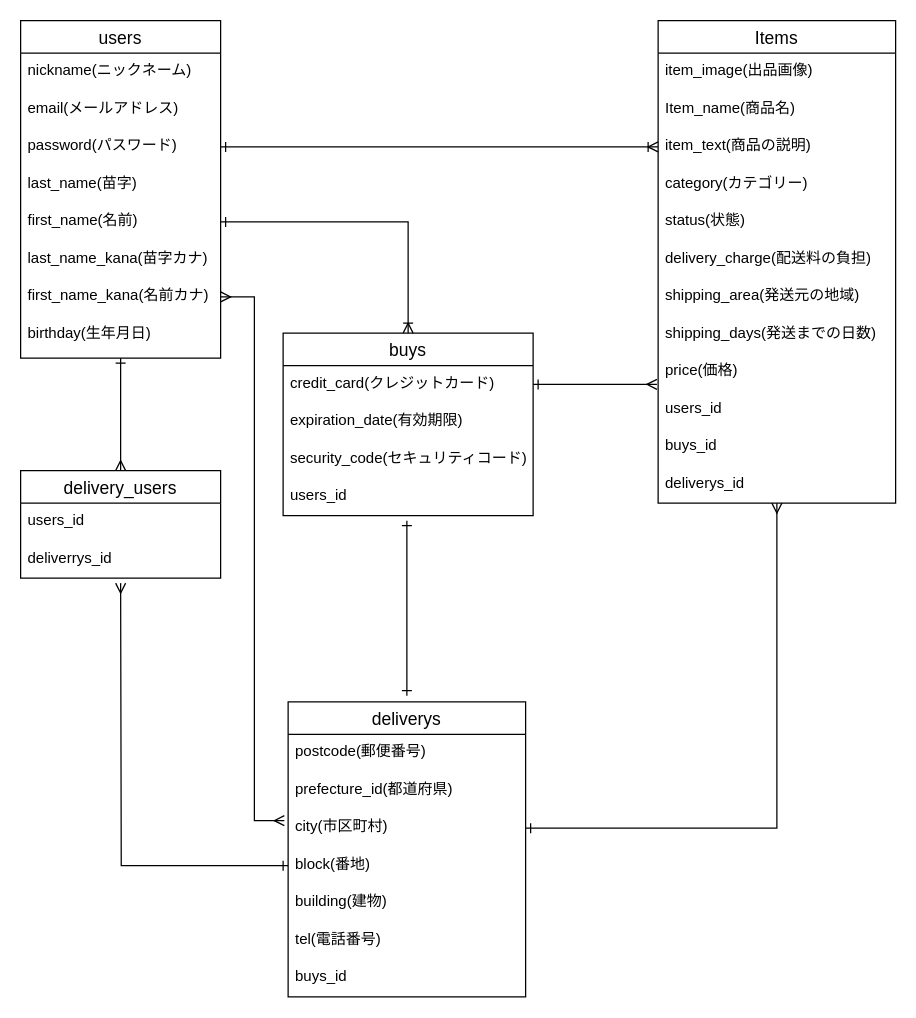
Above: er.dio in hiroaki-inori/furima-35425 (draw.io), before the change. Source tidied: cells renumbered, new cells numbered last; positions are measured from the earlier drawing's top-left corner, leaving out a move shared by most shapes. Both pictures are drawn from the tidied source at 125%, with x=0, y=0 at pixel (20, 20).
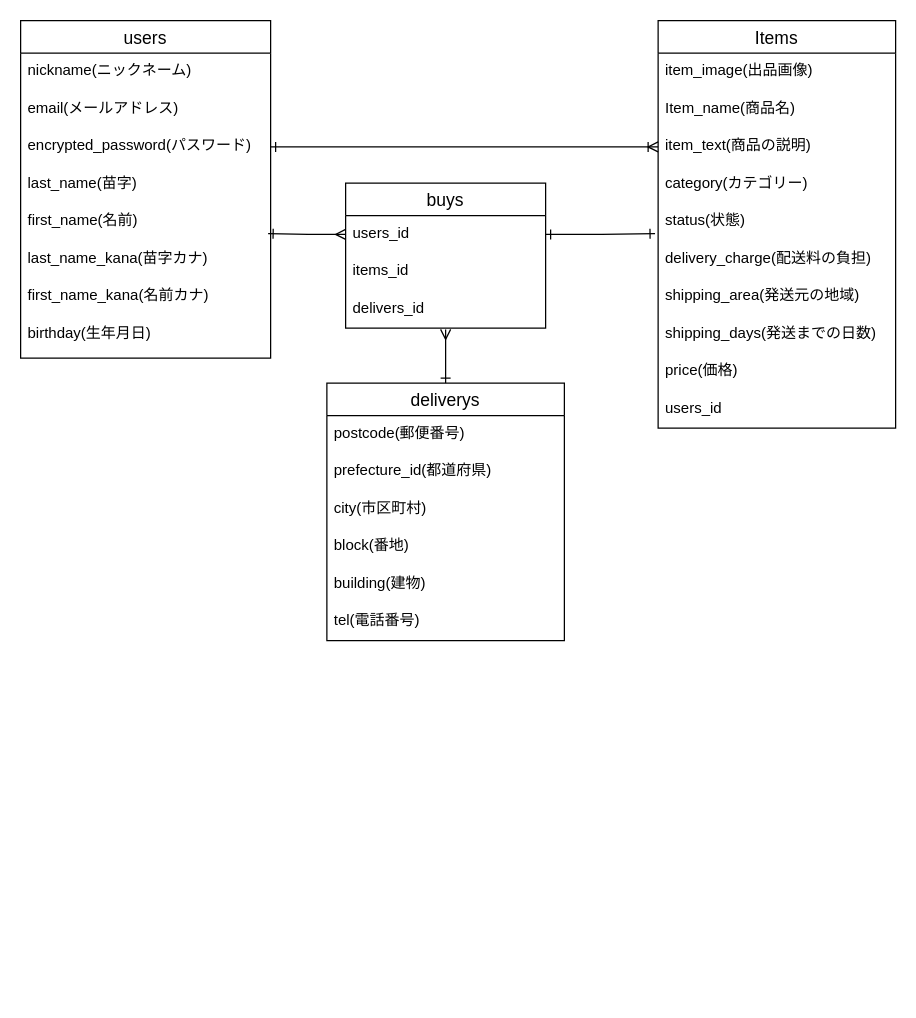
The same page after the edit.

Commit message (it also covers changes not shown here):
README、ER図設計の修正

The change refers to these unchanged cells:
```xml
<mxCell id="15" value="item_text(商品の説明)" style="text;strokeColor=none;fillColor=none;spacingLeft=4;spacingRight=4;overflow=hidden;points=[[0,0.5],[1,0.5]];portConstraint=eastwest;fontSize=12;" parent="12" vertex="1">
  <mxGeometry y="86" width="190" height="30" as="geometry" />
</mxCell>
<mxCell id="17" value="status(状態)" style="text;strokeColor=none;fillColor=none;spacingLeft=4;spacingRight=4;overflow=hidden;points=[[0,0.5],[1,0.5]];portConstraint=eastwest;fontSize=12;" parent="12" vertex="1">
  <mxGeometry y="146" width="190" height="30" as="geometry" />
</mxCell>
<mxCell id="21" value="price(価格)" style="text;strokeColor=none;fillColor=none;spacingLeft=4;spacingRight=4;overflow=hidden;points=[[0,0.5],[1,0.5]];portConstraint=eastwest;fontSize=12;" parent="12" vertex="1">
  <mxGeometry y="266" width="190" height="30" as="geometry" />
</mxCell>
<mxCell id="33" value="city(市区町村)" style="text;strokeColor=none;fillColor=none;spacingLeft=4;spacingRight=4;overflow=hidden;points=[[0,0.5],[1,0.5]];portConstraint=eastwest;fontSize=12;" parent="30" vertex="1">
  <mxGeometry y="86" width="190" height="30" as="geometry" />
</mxCell>
<mxCell id="34" value="block(番地)" style="text;strokeColor=none;fillColor=none;spacingLeft=4;spacingRight=4;overflow=hidden;points=[[0,0.5],[1,0.5]];portConstraint=eastwest;fontSize=12;" parent="30" vertex="1">
  <mxGeometry y="116" width="190" height="30" as="geometry" />
</mxCell>
```

Change to the diagram source:
```diff
@@
     <mxCell id="2" value="users" style="swimlane;fontStyle=0;horizontal=1;startSize=26;align=center;fontSize=14;" parent="1" vertex="1">
-      <mxGeometry width="160" height="270" as="geometry" />
+      <mxGeometry width="200" height="270" as="geometry" />
     </mxCell>
     <mxCell id="3" value="nickname(ニックネーム)" style="text;strokeColor=none;fillColor=none;spacingLeft=4;spacingRight=4;overflow=hidden;fontSize=12;" parent="2" vertex="1">
-      <mxGeometry y="26" width="160" height="30" as="geometry" />
+      <mxGeometry y="26" width="200" height="30" as="geometry" />
     </mxCell>
     <mxCell id="4" value="email(メールアドレス)" style="text;strokeColor=none;fillColor=none;spacingLeft=4;spacingRight=4;overflow=hidden;fontSize=12;" parent="2" vertex="1">
-      <mxGeometry y="56" width="160" height="30" as="geometry" />
+      <mxGeometry y="56" width="200" height="30" as="geometry" />
     </mxCell>
-    <mxCell id="5" value="password(パスワード)" style="text;strokeColor=none;fillColor=none;spacingLeft=4;spacingRight=4;overflow=hidden;points=[[0,0.5],[1,0.5]];portConstraint=eastwest;fontSize=12;" parent="2" vertex="1">
-      <mxGeometry y="86" width="160" height="30" as="geometry" />
+    <mxCell id="5" value="encrypted_password(パスワード)" style="text;strokeColor=none;fillColor=none;spacingLeft=4;spacingRight=4;overflow=hidden;points=[[0,0.5],[1,0.5]];portConstraint=eastwest;fontSize=12;" parent="2" vertex="1">
+      <mxGeometry y="86" width="200" height="30" as="geometry" />
     </mxCell>
     <mxCell id="6" value="last_name(苗字)" style="text;strokeColor=none;fillColor=none;spacingLeft=4;spacingRight=4;overflow=hidden;fontSize=12;" parent="2" vertex="1">
-      <mxGeometry y="116" width="160" height="30" as="geometry" />
+      <mxGeometry y="116" width="200" height="30" as="geometry" />
     </mxCell>
     <mxCell id="7" value="first_name(名前)" style="text;strokeColor=none;fillColor=none;spacingLeft=4;spacingRight=4;overflow=hidden;points=[[0,0.5],[1,0.5]];portConstraint=eastwest;fontSize=12;" parent="2" vertex="1">
-      <mxGeometry y="146" width="160" height="30" as="geometry" />
+      <mxGeometry y="146" width="200" height="30" as="geometry" />
     </mxCell>
     <mxCell id="8" value="last_name_kana(苗字カナ)" style="text;strokeColor=none;fillColor=none;spacingLeft=4;spacingRight=4;overflow=hidden;points=[[0,0.5],[1,0.5]];portConstraint=eastwest;fontSize=12;" parent="2" vertex="1">
-      <mxGeometry y="176" width="160" height="30" as="geometry" />
+      <mxGeometry y="176" width="200" height="30" as="geometry" />
     </mxCell>
     <mxCell id="9" value="first_name_kana(名前カナ)" style="text;strokeColor=none;fillColor=none;spacingLeft=4;spacingRight=4;overflow=hidden;points=[[0,0.5],[1,0.5]];portConstraint=eastwest;fontSize=12;" parent="2" vertex="1">
-      <mxGeometry y="206" width="160" height="30" as="geometry" />
+      <mxGeometry y="206" width="200" height="30" as="geometry" />
     </mxCell>
     <mxCell id="10" value="birthday(生年月日)" style="text;strokeColor=none;fillColor=none;spacingLeft=4;spacingRight=4;overflow=hidden;points=[[0,0.5],[1,0.5]];portConstraint=eastwest;fontSize=12;" parent="2" vertex="1">
-      <mxGeometry y="236" width="160" height="34" as="geometry" />
+      <mxGeometry y="236" width="200" height="34" as="geometry" />
     </mxCell>
-    <mxCell id="11" style="edgeStyle=orthogonalEdgeStyle;rounded=0;jettySize=auto;html=1;endArrow=ERone;endFill=0;entryX=1;entryY=0.5;entryDx=0;entryDy=0;startArrow=ERmany;startFill=0;" parent="1" edge="1" source="12" target="33">
-      <mxGeometry relative="1" as="geometry">
-        <Array as="points">
-          <mxPoint x="605" y="646" />
-        </Array>
-      </mxGeometry>
-    </mxCell>
     <mxCell id="12" value="Items" style="swimlane;fontStyle=0;horizontal=1;startSize=26;align=center;fontSize=14;" parent="1" vertex="1">
-      <mxGeometry x="510" width="190" height="386" as="geometry" />
+      <mxGeometry x="510" width="190" height="326" as="geometry" />
     </mxCell>
@@
-    <mxCell id="23" value="buys_id" style="text;strokeColor=none;fillColor=none;spacingLeft=4;spacingRight=4;overflow=hidden;fontSize=12;" parent="12" vertex="1">
-      <mxGeometry y="326" width="190" height="30" as="geometry" />
-    </mxCell>
-    <mxCell id="24" value="deliverys_id" style="text;strokeColor=none;fillColor=none;spacingLeft=4;spacingRight=4;overflow=hidden;fontSize=12;" parent="12" vertex="1">
-      <mxGeometry y="356" width="190" height="30" as="geometry" />
-    </mxCell>
-    <mxCell id="25" value="buys" style="swimlane;fontStyle=0;horizontal=1;startSize=26;align=center;fontSize=14;" parent="1" vertex="1">
-      <mxGeometry x="210" y="250" width="200" height="146" as="geometry" />
-    </mxCell>
-    <mxCell id="26" value="credit_card(クレジットカード)" style="text;strokeColor=none;fillColor=none;spacingLeft=4;spacingRight=4;overflow=hidden;points=[[0,0.5],[1,0.5]];portConstraint=eastwest;fontSize=12;" parent="25" vertex="1">
-      <mxGeometry y="26" width="200" height="30" as="geometry" />
-    </mxCell>
-    <mxCell id="27" value="expiration_date(有効期限)" style="text;strokeColor=none;fillColor=none;spacingLeft=4;spacingRight=4;overflow=hidden;fontSize=12;" parent="25" vertex="1">
-      <mxGeometry y="56" width="200" height="30" as="geometry" />
-    </mxCell>
-    <mxCell id="28" value="security_code(セキュリティコード)" style="text;strokeColor=none;fillColor=none;spacingLeft=4;spacingRight=4;overflow=hidden;fontSize=12;" parent="25" vertex="1">
-      <mxGeometry y="86" width="200" height="30" as="geometry" />
-    </mxCell>
-    <mxCell id="29" value="users_id" style="text;strokeColor=none;fillColor=none;spacingLeft=4;spacingRight=4;overflow=hidden;fontSize=12;" parent="25" vertex="1">
-      <mxGeometry y="116" width="200" height="30" as="geometry" />
-    </mxCell>
+    <mxCell id="48" style="edgeStyle=orthogonalEdgeStyle;rounded=0;jettySize=auto;html=1;exitX=0.5;exitY=0;exitDx=0;exitDy=0;startArrow=ERone;startFill=0;endArrow=ERmany;endFill=0;" parent="1" edge="1" source="30">
+      <mxGeometry relative="1" as="geometry">
+        <mxPoint x="340" y="247" as="targetPoint" />
+      </mxGeometry>
+    </mxCell>
     <mxCell id="30" value="deliverys" style="swimlane;fontStyle=0;horizontal=1;startSize=26;align=center;fontSize=14;" parent="1" vertex="1">
-      <mxGeometry x="214" y="545" width="190" height="236" as="geometry" />
+      <mxGeometry x="245" y="290" width="190" height="206" as="geometry" />
     </mxCell>
@@
-    <mxCell id="37" value="buys_id" style="text;strokeColor=none;fillColor=none;spacingLeft=4;spacingRight=4;overflow=hidden;fontSize=12;" parent="30" vertex="1">
-      <mxGeometry y="206" width="190" height="30" as="geometry" />
-    </mxCell>
-    <mxCell id="38" style="edgeStyle=orthogonalEdgeStyle;rounded=0;orthogonalLoop=1;jettySize=auto;html=1;startArrow=ERone;startFill=0;endArrow=ERone;endFill=0;" parent="1" edge="1">
-      <mxGeometry relative="1" as="geometry">
-        <mxPoint x="309" y="540" as="sourcePoint" />
-        <mxPoint x="309" y="400" as="targetPoint" />
-      </mxGeometry>
-    </mxCell>
-    <mxCell id="39" style="edgeStyle=orthogonalEdgeStyle;rounded=0;jettySize=auto;html=1;exitX=0.5;exitY=0;exitDx=0;exitDy=0;entryX=0.5;entryY=1;entryDx=0;entryDy=0;entryPerimeter=0;startArrow=ERmany;startFill=0;endArrow=ERone;endFill=0;" parent="1" edge="1" source="40" target="10">
-      <mxGeometry relative="1" as="geometry" />
-    </mxCell>
-    <mxCell id="40" value="delivery_users" style="swimlane;fontStyle=0;horizontal=1;startSize=26;align=center;fontSize=14;" parent="1" vertex="1">
-      <mxGeometry y="360" width="160" height="86" as="geometry" />
-    </mxCell>
+    <mxCell id="43" style="edgeStyle=orthogonalEdgeStyle;rounded=0;jettySize=auto;html=1;exitX=1;exitY=0.5;exitDx=0;exitDy=0;startArrow=ERone;startFill=0;endArrow=ERoneToMany;endFill=0;entryX=0;entryY=0.5;entryDx=0;entryDy=0;" parent="1" edge="1" source="5" target="15">
+      <mxGeometry relative="1" as="geometry" />
+    </mxCell>
+    <mxCell id="25" value="buys" style="swimlane;fontStyle=0;horizontal=1;startSize=26;align=center;fontSize=14;" parent="1" vertex="1">
+      <mxGeometry x="260" y="130" width="160" height="116" as="geometry" />
+    </mxCell>
-    <mxCell id="41" value="users_id" style="text;strokeColor=none;fillColor=none;spacingLeft=4;spacingRight=4;overflow=hidden;points=[[0,0.5],[1,0.5]];portConstraint=eastwest;fontSize=12;" parent="40" vertex="1">
+    <mxCell id="41" value="users_id" style="text;strokeColor=none;fillColor=none;spacingLeft=4;spacingRight=4;overflow=hidden;points=[[0,0.5],[1,0.5]];portConstraint=eastwest;fontSize=12;" parent="25" vertex="1">
       <mxGeometry y="26" width="160" height="30" as="geometry" />
     </mxCell>
-    <mxCell id="42" value="deliverrys_id" style="text;strokeColor=none;fillColor=none;spacingLeft=4;spacingRight=4;overflow=hidden;fontSize=12;" parent="40" vertex="1">
-      <mxGeometry y="56" width="160" height="30" as="geometry" />
-    </mxCell>
-    <mxCell id="43" style="edgeStyle=orthogonalEdgeStyle;rounded=0;jettySize=auto;html=1;exitX=1;exitY=0.5;exitDx=0;exitDy=0;startArrow=ERone;startFill=0;endArrow=ERoneToMany;endFill=0;entryX=0;entryY=0.5;entryDx=0;entryDy=0;" parent="1" edge="1" source="5" target="15">
-      <mxGeometry relative="1" as="geometry" />
-    </mxCell>
-    <mxCell id="44" style="edgeStyle=orthogonalEdgeStyle;rounded=0;jettySize=auto;html=1;exitX=1;exitY=0.5;exitDx=0;exitDy=0;entryX=0.5;entryY=0;entryDx=0;entryDy=0;startArrow=ERone;startFill=0;endArrow=ERoneToMany;endFill=0;" parent="1" edge="1" source="7" target="25">
-      <mxGeometry relative="1" as="geometry" />
-    </mxCell>
-    <mxCell id="45" style="edgeStyle=orthogonalEdgeStyle;rounded=0;jettySize=auto;html=1;exitX=1;exitY=0.5;exitDx=0;exitDy=0;startArrow=ERmany;startFill=0;endArrow=ERmany;endFill=0;entryX=-0.016;entryY=0.3;entryDx=0;entryDy=0;entryPerimeter=0;" parent="1" edge="1" source="9" target="33">
-      <mxGeometry relative="1" as="geometry" />
-    </mxCell>
-    <mxCell id="46" style="edgeStyle=orthogonalEdgeStyle;rounded=0;jettySize=auto;html=1;exitX=1;exitY=0.5;exitDx=0;exitDy=0;startArrow=ERone;startFill=0;endArrow=ERmany;endFill=0;entryX=-0.005;entryY=0.833;entryDx=0;entryDy=0;entryPerimeter=0;" parent="1" edge="1" source="26" target="21">
-      <mxGeometry relative="1" as="geometry" />
-    </mxCell>
-    <mxCell id="47" style="edgeStyle=orthogonalEdgeStyle;rounded=0;jettySize=auto;html=1;startArrow=ERone;startFill=0;endArrow=ERmany;endFill=0;" parent="1" edge="1" source="34">
-      <mxGeometry relative="1" as="geometry">
-        <mxPoint x="80" y="450" as="targetPoint" />
-      </mxGeometry>
-    </mxCell>
+    <mxCell id="49" value="items_id" style="text;strokeColor=none;fillColor=none;spacingLeft=4;spacingRight=4;overflow=hidden;fontSize=12;" parent="25" vertex="1">
+      <mxGeometry y="56" width="160" height="30" as="geometry" />
+    </mxCell>
+    <mxCell id="50" value="delivers_id" style="text;strokeColor=none;fillColor=none;spacingLeft=4;spacingRight=4;overflow=hidden;fontSize=12;" parent="25" vertex="1">
+      <mxGeometry y="86" width="160" height="30" as="geometry" />
+    </mxCell>
+    <mxCell id="51" style="edgeStyle=orthogonalEdgeStyle;rounded=0;jettySize=auto;html=1;exitX=0;exitY=0.5;exitDx=0;exitDy=0;entryX=0.99;entryY=-0.188;entryDx=0;entryDy=0;entryPerimeter=0;startArrow=ERmany;startFill=0;endArrow=ERone;endFill=0;" parent="1" edge="1" source="41" target="8">
+      <mxGeometry relative="1" as="geometry" />
+    </mxCell>
+    <mxCell id="52" style="edgeStyle=orthogonalEdgeStyle;rounded=0;jettySize=auto;html=1;exitX=1;exitY=0.5;exitDx=0;exitDy=0;entryX=-0.013;entryY=0.812;entryDx=0;entryDy=0;entryPerimeter=0;startArrow=ERone;startFill=0;endArrow=ERone;endFill=0;" parent="1" edge="1" source="41" target="17">
+      <mxGeometry relative="1" as="geometry" />
+    </mxCell>
```
